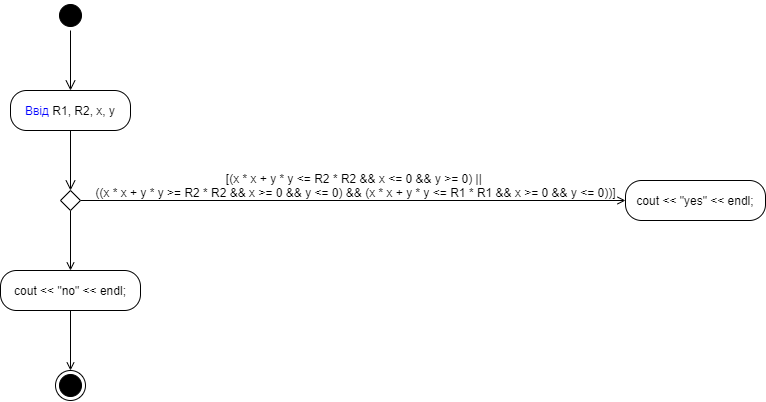
Above: UML.png in fhctyw/Lab3.4 (draw.io), before the change. Source tidied: cells renumbered, new cells last; positions are measured from the earlier drawing's top-left corner, leaving out a move shared by most shapes. The source it was exported from:
```xml
<mxGraphModel>
  <root>
    <mxCell id="0" />
    <mxCell id="1" parent="0" />
    <mxCell id="2" style="ellipse;html=1;shape=startState;fillColor=#000000;strokeColor=#000000;" parent="1" vertex="1">
      <mxGeometry x="55" width="30" height="30" as="geometry" />
    </mxCell>
    <mxCell id="3" style="edgeStyle=orthogonalEdgeStyle;html=1;verticalAlign=bottom;endArrow=open;endSize=8;strokeColor=#000000;" parent="1" edge="1" source="2">
      <mxGeometry relative="1" as="geometry">
        <mxPoint x="70" y="90" as="targetPoint" />
      </mxGeometry>
    </mxCell>
    <mxCell id="4" value="&lt;font color=&quot;#0000ff&quot;&gt;Ввід&lt;/font&gt; R1, R2, x, y" style="rounded=1;whiteSpace=wrap;html=1;arcSize=40;" parent="1" vertex="1">
      <mxGeometry x="10" y="90" width="120" height="40" as="geometry" />
    </mxCell>
    <mxCell id="5" style="edgeStyle=orthogonalEdgeStyle;html=1;verticalAlign=bottom;endArrow=open;endSize=8;" parent="1" edge="1" source="4">
      <mxGeometry relative="1" as="geometry">
        <mxPoint x="70" y="190" as="targetPoint" />
      </mxGeometry>
    </mxCell>
    <mxCell id="6" style="edgeStyle=orthogonalEdgeStyle;rounded=0;jettySize=auto;html=1;strokeColor=#000000;endArrow=open;endFill=0;" parent="1" edge="1" source="8" target="9">
      <mxGeometry relative="1" as="geometry" />
    </mxCell>
    <mxCell id="7" style="edgeStyle=orthogonalEdgeStyle;rounded=0;jettySize=auto;html=1;entryX=0.5;entryY=0;entryDx=0;entryDy=0;strokeColor=#000000;endArrow=open;endFill=0;" parent="1" edge="1" source="8" target="12">
      <mxGeometry relative="1" as="geometry" />
    </mxCell>
    <mxCell id="8" style="rhombus;whiteSpace=wrap;html=1;strokeColor=#000000;" parent="1" vertex="1">
      <mxGeometry x="60" y="190" width="20" height="20" as="geometry" />
    </mxCell>
    <mxCell id="9" value="cout &amp;lt;&amp;lt; &quot;yes&quot; &amp;lt;&amp;lt; endl;" style="rounded=1;whiteSpace=wrap;html=1;arcSize=40;" parent="1" vertex="1">
      <mxGeometry x="625" y="180" width="140" height="40" as="geometry" />
    </mxCell>
    <mxCell id="10" value="[&lt;span&gt;(x * x + y * y &amp;lt;= R2 * R2 &amp;amp;&amp;amp; x &amp;lt;= 0 &amp;amp;&amp;amp; y &amp;gt;= 0) ||&amp;nbsp;&lt;br&gt;&lt;/span&gt;&lt;span&gt;&#9;&#9;&lt;/span&gt;&lt;span&gt;((x * x + y * y &amp;gt;= R2 * R2 &amp;amp;&amp;amp; x &amp;gt;= 0 &amp;amp;&amp;amp; y &amp;lt;= 0) &amp;amp;&amp;amp; (x * x + y * y &amp;lt;= R1 * R1 &amp;amp;&amp;amp; x &amp;gt;= 0 &amp;amp;&amp;amp; y &amp;lt;= 0))&lt;/span&gt;]" style="text;html=1;align=center;verticalAlign=middle;strokeColor=none;fillColor=none;" parent="1" vertex="1">
      <mxGeometry x="85" y="170" width="540" height="30" as="geometry" />
    </mxCell>
    <mxCell id="11" style="edgeStyle=orthogonalEdgeStyle;rounded=0;jettySize=auto;html=1;entryX=0.5;entryY=0;entryDx=0;entryDy=0;endArrow=open;endFill=0;strokeColor=#000000;" parent="1" edge="1" source="12" target="13">
      <mxGeometry relative="1" as="geometry" />
    </mxCell>
    <mxCell id="12" value="cout &amp;lt;&amp;lt; &quot;no&quot; &amp;lt;&amp;lt; endl;" style="rounded=1;whiteSpace=wrap;html=1;arcSize=40;" parent="1" vertex="1">
      <mxGeometry y="270" width="140" height="40" as="geometry" />
    </mxCell>
    <mxCell id="13" style="ellipse;html=1;shape=endState;fillColor=#000000;strokeColor=#000000;" parent="1" vertex="1">
      <mxGeometry x="55" y="370" width="30" height="30" as="geometry" />
    </mxCell>
  </root>
</mxGraphModel>
```
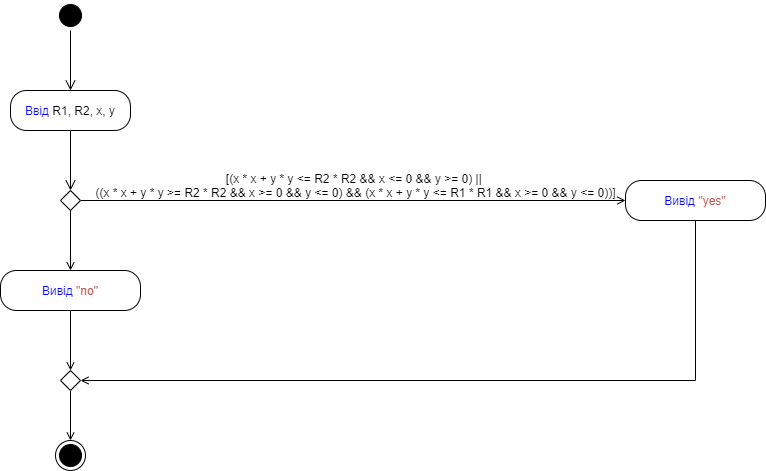
The same file after the commit.

Commit message:
change UML diagram

Change to the diagram source:
```diff
@@ -27,20 +27,33 @@
     <mxCell id="8" style="rhombus;whiteSpace=wrap;html=1;strokeColor=#000000;" parent="1" vertex="1">
       <mxGeometry x="60" y="190" width="20" height="20" as="geometry" />
     </mxCell>
+    <mxCell id="14" style="edgeStyle=orthogonalEdgeStyle;rounded=0;jettySize=auto;html=1;entryX=1;entryY=0.5;entryDx=0;entryDy=0;endArrow=open;endFill=0;" parent="1" edge="1" source="9" target="17">
+      <mxGeometry relative="1" as="geometry">
+        <Array as="points">
+          <mxPoint x="695" y="380" />
+        </Array>
+      </mxGeometry>
+    </mxCell>
-    <mxCell id="9" value="cout &amp;lt;&amp;lt; &quot;yes&quot; &amp;lt;&amp;lt; endl;" style="rounded=1;whiteSpace=wrap;html=1;arcSize=40;" parent="1" vertex="1">
+    <mxCell id="9" value="&lt;font color=&quot;#0000ff&quot;&gt;Вивід&lt;/font&gt; &lt;font color=&quot;#c75450&quot;&gt;&quot;yes&quot;&lt;/font&gt;" style="rounded=1;whiteSpace=wrap;html=1;arcSize=40;" parent="1" vertex="1">
       <mxGeometry x="625" y="180" width="140" height="40" as="geometry" />
     </mxCell>
     <mxCell id="10" value="[&lt;span&gt;(x * x + y * y &amp;lt;= R2 * R2 &amp;amp;&amp;amp; x &amp;lt;= 0 &amp;amp;&amp;amp; y &amp;gt;= 0) ||&amp;nbsp;&lt;br&gt;&lt;/span&gt;&lt;span&gt;&#9;&#9;&lt;/span&gt;&lt;span&gt;((x * x + y * y &amp;gt;= R2 * R2 &amp;amp;&amp;amp; x &amp;gt;= 0 &amp;amp;&amp;amp; y &amp;lt;= 0) &amp;amp;&amp;amp; (x * x + y * y &amp;lt;= R1 * R1 &amp;amp;&amp;amp; x &amp;gt;= 0 &amp;amp;&amp;amp; y &amp;lt;= 0))&lt;/span&gt;]" style="text;html=1;align=center;verticalAlign=middle;strokeColor=none;fillColor=none;" parent="1" vertex="1">
       <mxGeometry x="85" y="170" width="540" height="30" as="geometry" />
     </mxCell>
-    <mxCell id="11" style="edgeStyle=orthogonalEdgeStyle;rounded=0;jettySize=auto;html=1;entryX=0.5;entryY=0;entryDx=0;entryDy=0;endArrow=open;endFill=0;strokeColor=#000000;" parent="1" edge="1" source="12" target="13">
-      <mxGeometry relative="1" as="geometry" />
-    </mxCell>
+    <mxCell id="15" style="edgeStyle=orthogonalEdgeStyle;rounded=0;jettySize=auto;html=1;entryX=0.5;entryY=0;entryDx=0;entryDy=0;endArrow=open;endFill=0;" parent="1" edge="1" source="12" target="17">
+      <mxGeometry relative="1" as="geometry" />
+    </mxCell>
-    <mxCell id="12" value="cout &amp;lt;&amp;lt; &quot;no&quot; &amp;lt;&amp;lt; endl;" style="rounded=1;whiteSpace=wrap;html=1;arcSize=40;" parent="1" vertex="1">
+    <mxCell id="12" value="&lt;font color=&quot;#0000ff&quot;&gt;Вивід&lt;/font&gt; &lt;font color=&quot;#c75450&quot;&gt;&quot;no&quot;&lt;/font&gt;" style="rounded=1;whiteSpace=wrap;html=1;arcSize=40;" parent="1" vertex="1">
       <mxGeometry y="270" width="140" height="40" as="geometry" />
     </mxCell>
     <mxCell id="13" style="ellipse;html=1;shape=endState;fillColor=#000000;strokeColor=#000000;" parent="1" vertex="1">
-      <mxGeometry x="55" y="370" width="30" height="30" as="geometry" />
+      <mxGeometry x="55" y="440" width="30" height="30" as="geometry" />
     </mxCell>
+    <mxCell id="16" style="edgeStyle=orthogonalEdgeStyle;rounded=0;jettySize=auto;html=1;entryX=0.5;entryY=0;entryDx=0;entryDy=0;endArrow=open;endFill=0;" parent="1" edge="1" source="17" target="13">
+      <mxGeometry relative="1" as="geometry" />
+    </mxCell>
+    <mxCell id="17" style="rhombus;whiteSpace=wrap;html=1;strokeColor=#000000;" parent="1" vertex="1">
+      <mxGeometry x="60" y="370" width="20" height="20" as="geometry" />
+    </mxCell>
   </root>
 </mxGraphModel>
```
